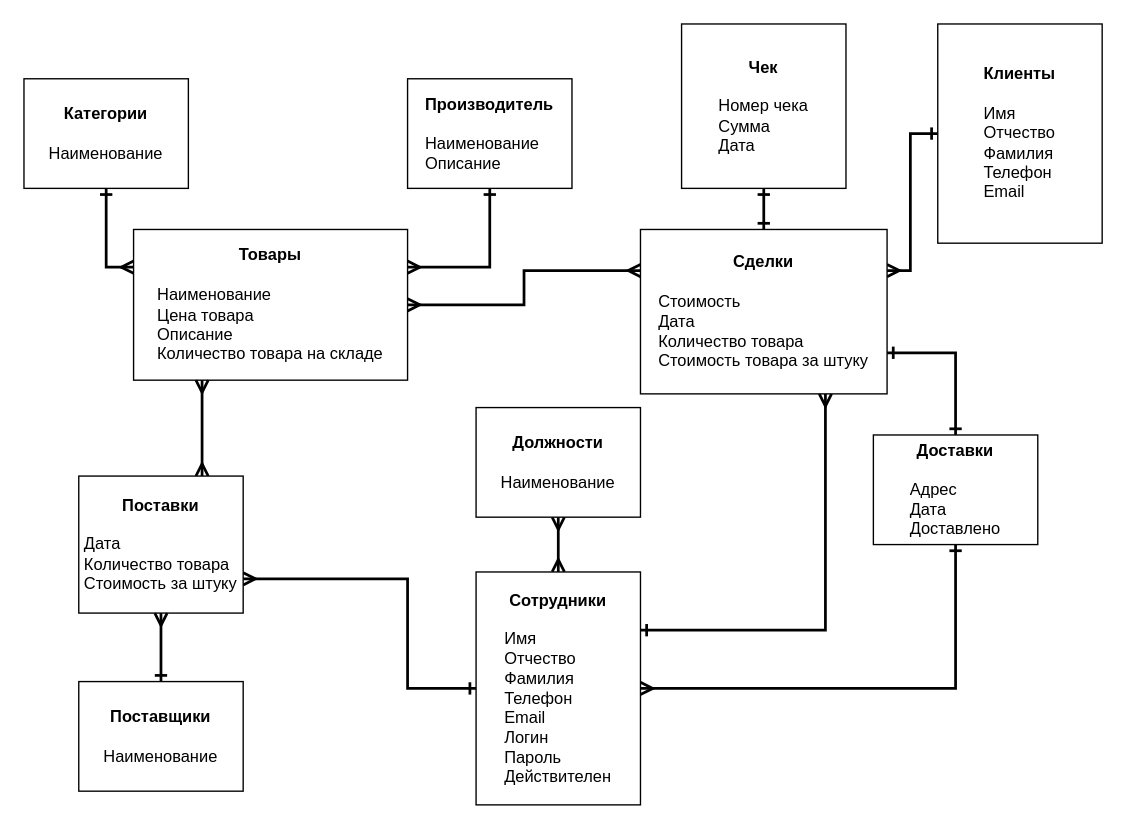
Above: page "v5" (5 of 5) of Инфологическая модель.drawio in maximzadorkin/onlinestore_svetlyachok (draw.io), before the change. Source tidied: cells renumbered, new cells numbered last; positions are measured from the earlier drawing's top-left corner, leaving out a move shared by most shapes. Both pictures are drawn from the tidied source at 137%, with x=0, y=0 at pixel (23, 23).
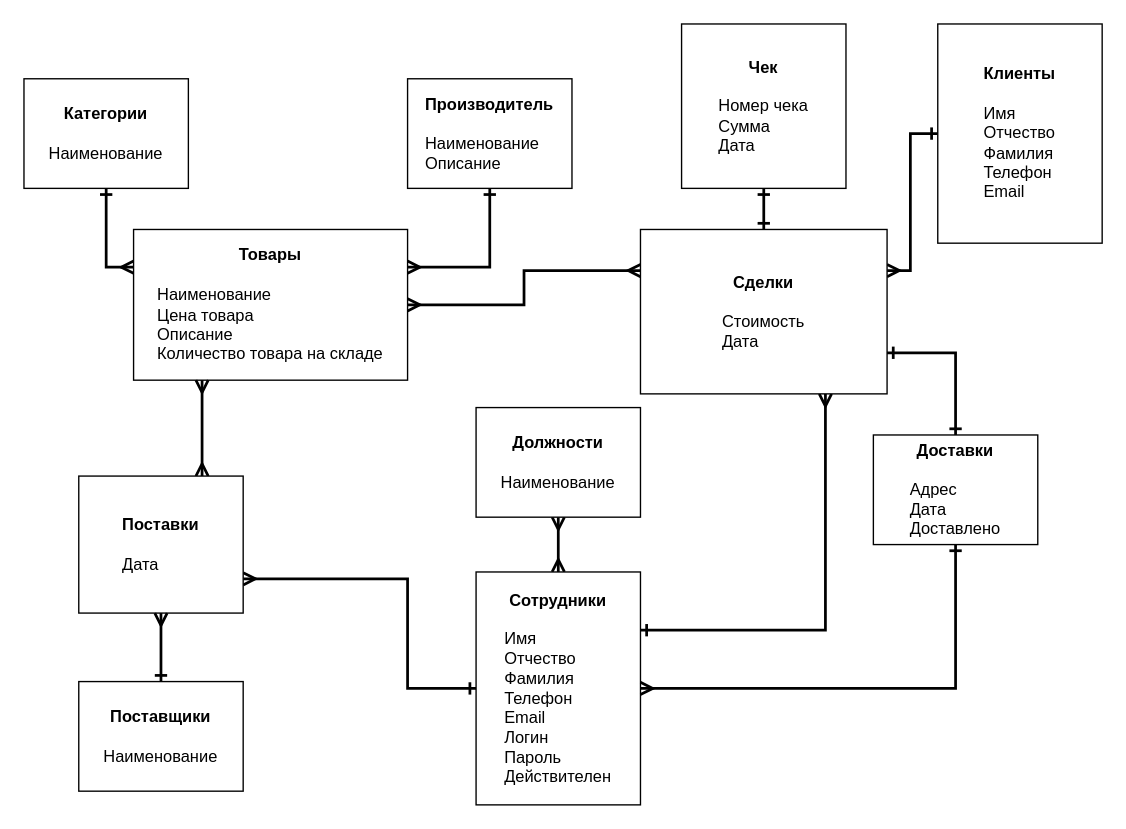
The same diagram, later.

Commit message (it also covers changes not shown here):
доработана модель

The edit, as a diff of the source:
```diff
@@
-    <mxCell id="13" value="&lt;b&gt;Сделки&lt;/b&gt;&lt;br&gt;&lt;div style=&quot;text-align: left&quot;&gt;&lt;br&gt;&lt;/div&gt;&lt;div style=&quot;text-align: left&quot;&gt;&lt;div&gt;Стоимость&lt;/div&gt;&lt;div&gt;Дата&lt;/div&gt;&lt;div&gt;Количество товара&lt;/div&gt;&lt;div&gt;Стоимость товара за штуку&lt;/div&gt;&lt;/div&gt;" style="whiteSpace=wrap;html=1;" parent="1" vertex="1">
+    <mxCell id="13" value="&lt;b&gt;Сделки&lt;/b&gt;&lt;br&gt;&lt;div style=&quot;text-align: left&quot;&gt;&lt;br&gt;&lt;/div&gt;&lt;div style=&quot;text-align: left&quot;&gt;&lt;div&gt;Стоимость&lt;/div&gt;&lt;div&gt;Дата&lt;/div&gt;&lt;/div&gt;" style="whiteSpace=wrap;html=1;" parent="1" vertex="1">
       <mxGeometry x="450" y="150" width="180" height="120" as="geometry" />
     </mxCell>
@@
-    <mxCell id="19" value="&lt;b&gt;Поставки&lt;/b&gt;&lt;br&gt;&lt;div style=&quot;text-align: left&quot;&gt;&lt;br&gt;&lt;/div&gt;&lt;div style=&quot;text-align: left&quot;&gt;&lt;div&gt;Дата&lt;/div&gt;&lt;div&gt;Количество товара&lt;/div&gt;&lt;div&gt;Стоимость за штуку&lt;/div&gt;&lt;/div&gt;" style="whiteSpace=wrap;html=1;" parent="1" vertex="1">
+    <mxCell id="19" value="&lt;b&gt;Поставки&lt;/b&gt;&lt;br&gt;&lt;div style=&quot;text-align: left&quot;&gt;&lt;br&gt;&lt;/div&gt;&lt;div style=&quot;text-align: left&quot;&gt;&lt;div&gt;Дата&lt;/div&gt;&lt;/div&gt;" style="whiteSpace=wrap;html=1;" parent="1" vertex="1">
       <mxGeometry x="40" y="330" width="120" height="100" as="geometry" />
     </mxCell>
```
